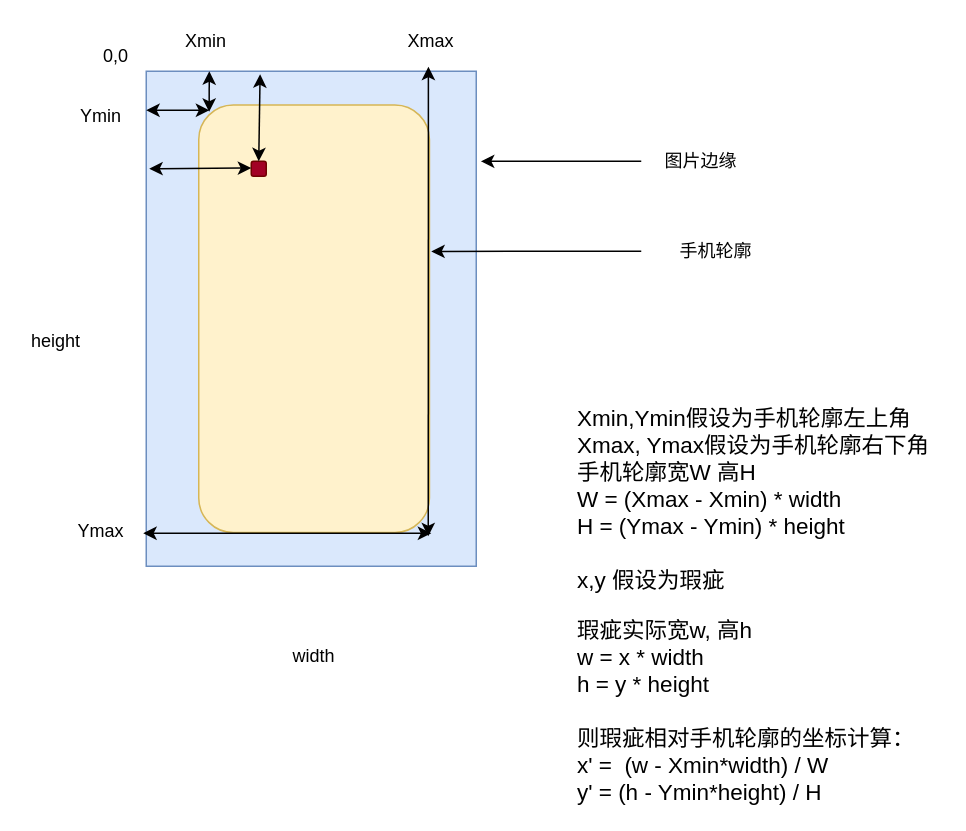
The draw.io diagram Untitled Diagram.drawio in x-fox/myCanvasLearning, before the edit. Source tidied: cells renumbered, new cells numbered last; positions are measured from the earlier drawing's top-left corner, leaving out a move shared by most shapes. Both pictures are drawn from the tidied source at 150%, with x=0, y=0 at pixel (26, 26).
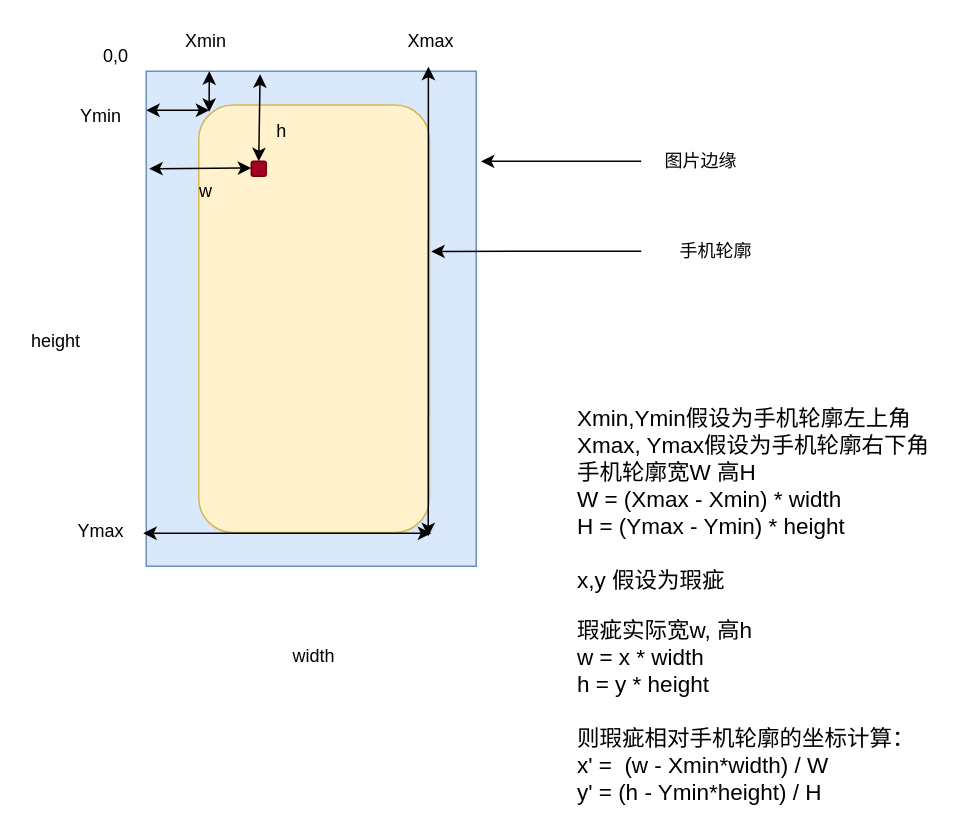
The same page after the edit.

Commit message:
缺陷示意图

What changed in the source:
```diff
@@
+    <mxCell id="23" value="w" style="text;html=1;strokeColor=none;fillColor=none;align=center;verticalAlign=middle;whiteSpace=wrap;rounded=0;" parent="1" vertex="1">
+      <mxGeometry x="100" y="100" width="40" height="20" as="geometry" />
+    </mxCell>
+    <mxCell id="24" value="h" style="text;html=1;strokeColor=none;fillColor=none;align=center;verticalAlign=middle;whiteSpace=wrap;rounded=0;" parent="1" vertex="1">
+      <mxGeometry x="160" y="60" width="21" height="20" as="geometry" />
+    </mxCell>
```
